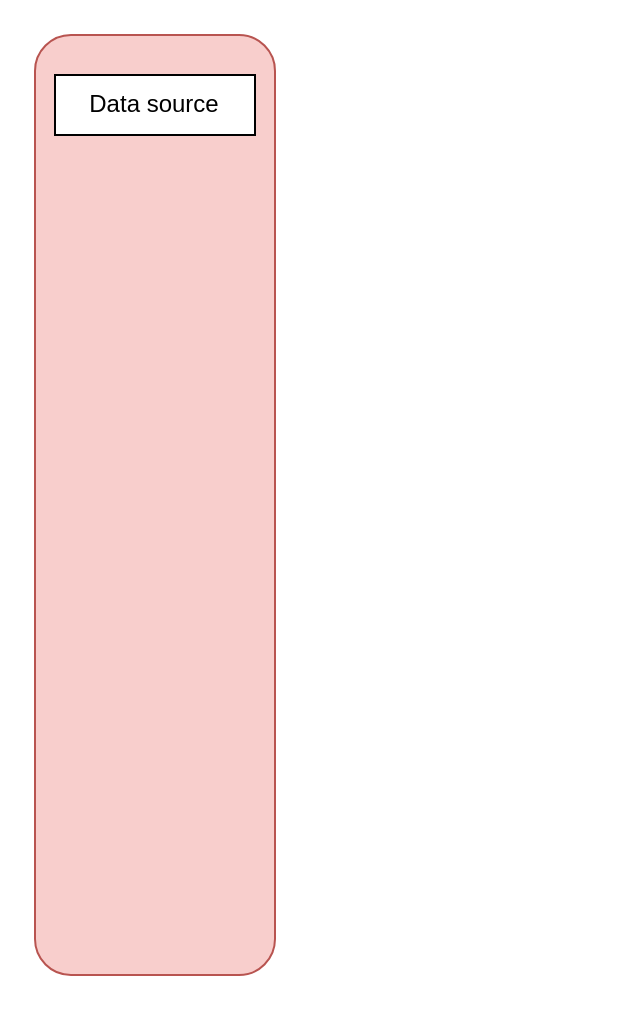
SergejusSG/git-demo1 keeps this draw.io diagram as page "Page-1" (1 of 2) of Untitled Diagram.drawio. Above is the earlier version. Source tidied: cells renumbered, new cells numbered last; positions are measured from the earlier drawing's top-left corner, leaving out a move shared by most shapes. Both pictures are drawn from the tidied source at 200%, with x=0, y=0 at pixel (34, 34).
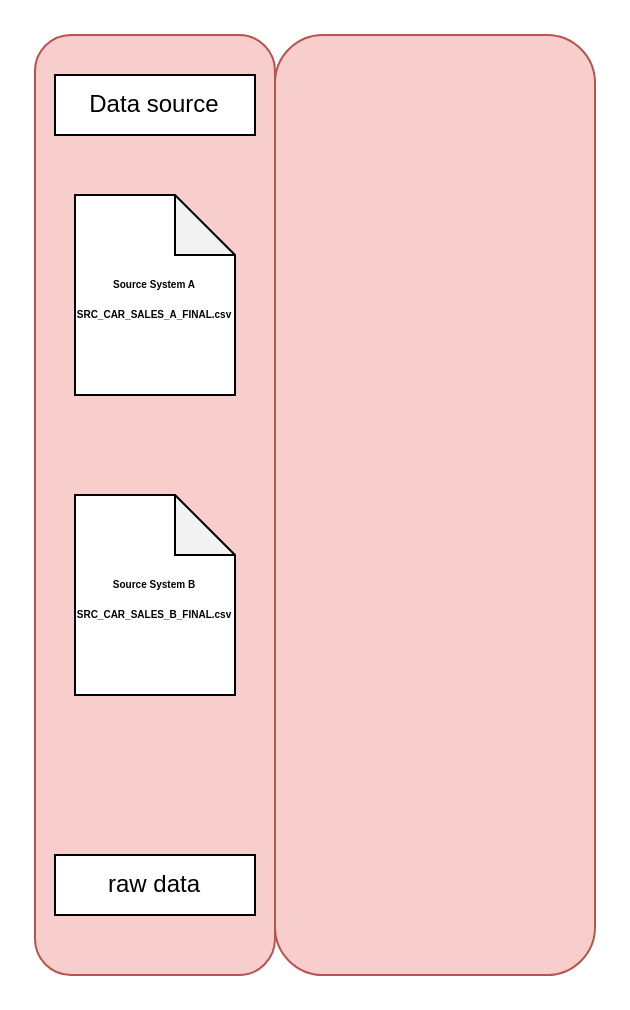
After the change.

What changed in the source:
```diff
@@
 <mxGraphModel>
   <root>
     <mxCell id="0" />
     <mxCell id="1" parent="0" />
     <mxCell id="2" style="rounded=1;whiteSpace=wrap;html=1;fillColor=#f8cecc;strokeColor=#b85450;" parent="1" vertex="1">
       <mxGeometry width="120" height="470" as="geometry" />
     </mxCell>
     <mxCell id="3" value="Data source" style="rounded=0;whiteSpace=wrap;html=1;" parent="1" vertex="1">
       <mxGeometry x="10" y="20" width="100" height="30" as="geometry" />
     </mxCell>
+    <mxCell id="4" value="&lt;div&gt;&lt;font style=&quot;font-size: 5px;&quot;&gt;&lt;b&gt;Source System A&lt;/b&gt;&lt;/font&gt;&lt;/div&gt;&lt;div&gt;&lt;font style=&quot;font-size: 5px;&quot;&gt;&lt;b&gt;SRC_CAR_SALES_A_FINAL.csv&lt;/b&gt;&lt;/font&gt;&lt;/div&gt;" style="shape=note;whiteSpace=wrap;html=1;backgroundOutline=1;darkOpacity=0.05;align=center;" parent="1" vertex="1">
+      <mxGeometry x="20" y="80" width="80" height="100" as="geometry" />
+    </mxCell>
+    <mxCell id="5" value="&lt;div&gt;&lt;font style=&quot;font-size: 5px;&quot;&gt;&lt;b&gt;Source System B&lt;/b&gt;&lt;/font&gt;&lt;/div&gt;&lt;div&gt;&lt;font style=&quot;font-size: 5px;&quot;&gt;&lt;b&gt;SRC_CAR_SALES_B_FINAL.csv&lt;/b&gt;&lt;/font&gt;&lt;/div&gt;" style="shape=note;whiteSpace=wrap;html=1;backgroundOutline=1;darkOpacity=0.05;align=center;" parent="1" vertex="1">
+      <mxGeometry x="20" y="230" width="80" height="100" as="geometry" />
+    </mxCell>
+    <mxCell id="6" value="raw data" style="rounded=0;whiteSpace=wrap;html=1;" parent="1" vertex="1">
+      <mxGeometry x="10" y="410" width="100" height="30" as="geometry" />
+    </mxCell>
+    <mxCell id="7" style="rounded=1;whiteSpace=wrap;html=1;fillColor=#f8cecc;strokeColor=#b85450;" parent="1" vertex="1">
+      <mxGeometry x="120" width="160" height="470" as="geometry" />
+    </mxCell>
   </root>
 </mxGraphModel>
```
